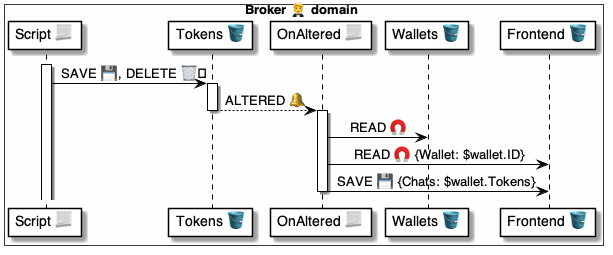
Earlier version of the PlantUML export 4 ⚙️ Solution/20 🧑‍🦰 UI/Brokers 🤵/🤵🪣 Broker tables/Tokens 🎫 table/🪣🔔 on Altered/🤵 OnTokenAltered ⚙️ uml.png (pollyweb-org/pollyweb-docs). Its source is kept beside it as 4 ⚙️ Solution/20 🧑‍🦰 UI/Brokers 🤵/🤵🪣 Broker tables/Tokens 🎫 table/🪣🔔 on Altered/🤵 OnTokenAltered ⚙️ uml.puml. Its diagram source:
```plantuml
@startuml OnTokenAltered


box Broker 🤵 domain #FFFFFA
    participant "Script 📃" as script
    participant "Tokens 🪣" as tokens
    participant "OnAltered 📃" as handler
    participant "Wallets 🪣" as wallets
    participant "Frontend 🪣" as frontend
end box


activate script
    script -> tokens: SAVE 💾, DELETE 🗑️

activate tokens
    tokens --> handler: ALTERED 🔔
deactivate tokens

activate handler
    handler -> wallets: READ 🧲
    handler -> frontend: READ 🧲 {Wallet: $wallet.ID}
    handler -> frontend: SAVE 💾 {Chats: $wallet.Tokens}
deactivate handler

@enduml
```
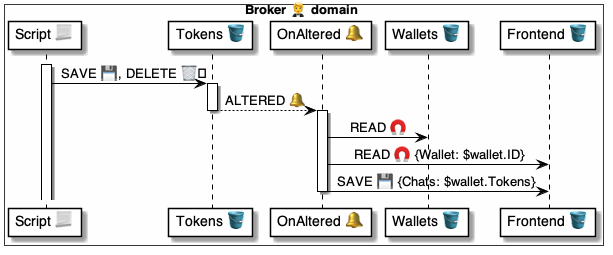
The same file after the commit.

Change to the diagram source:
```diff
@@ -4,7 +4,7 @@
 box Broker 🤵 domain #FFFFFA
     participant "Script 📃" as script
     participant "Tokens 🪣" as tokens
-    participant "OnAltered 📃" as handler
+    participant "OnAltered 🔔" as handler
     participant "Wallets 🪣" as wallets
     participant "Frontend 🪣" as frontend
 end box
```
